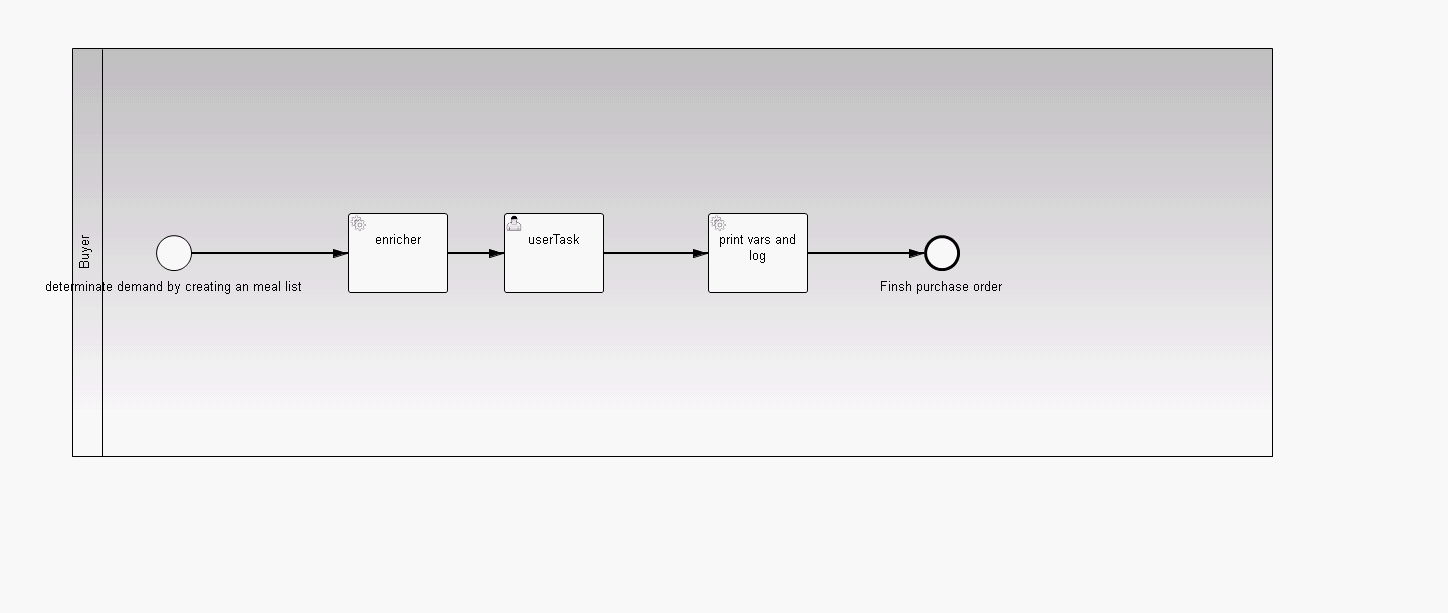
electr0Nik/bpmn.comunda.tutorial keeps this BPMN diagram as src/main/resources/purchaseOrder.png. Above is the earlier version. Its source is kept beside it as src/main/resources/purchaseOrder.bpmn. Ids are renumbered.
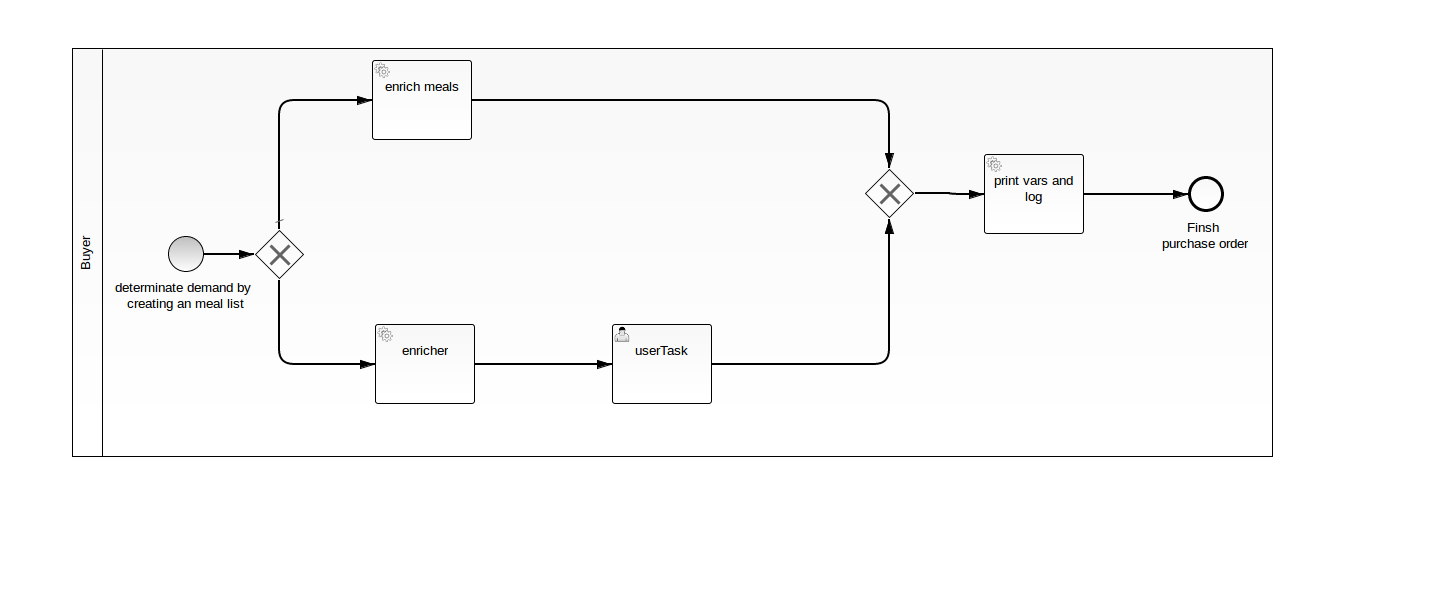
Above is the later version.

Change to the diagram source:
```diff
@@ -3,16 +3,16 @@
     <bpmn2:participant id="_Participant_6" name="Buyer" processRef="purchase-order"/>
   </bpmn2:collaboration>
   <bpmn2:process id="purchase-order" name="Purchase Order Process" isExecutable="true">
-    <bpmn2:startEvent id="StartEvent_1" camunda:formKey="embedded:app:forms/startProcess.html" name="determinate demand by creating an meal list">
-      <bpmn2:outgoing>SequenceFlow_1</bpmn2:outgoing>
+    <bpmn2:startEvent id="StartEvent_1" camunda:formKey="embedded:app:forms/inputMeals.html" name="determinate demand by &#xA;creating an meal list">
+      <bpmn2:outgoing>SequenceFlow_7</bpmn2:outgoing>
     </bpmn2:startEvent>
     <bpmn2:serviceTask id="UserTask_1" camunda:class="com.github.electr0nik.camunda.purchaseorder.delegate.MealObjectEnricher" name="enricher">
       <bpmn2:incoming>SequenceFlow_1</bpmn2:incoming>
       <bpmn2:outgoing>SequenceFlow_2</bpmn2:outgoing>
     </bpmn2:serviceTask>
-    <bpmn2:sequenceFlow id="SequenceFlow_1" name="" sourceRef="StartEvent_1" targetRef="UserTask_1"/>
-    <bpmn2:endEvent id="EndEvent_1" name="Finsh purchase order">
-      <bpmn2:incoming>SequenceFlow_5</bpmn2:incoming>
+    <bpmn2:sequenceFlow id="SequenceFlow_1" name="" sourceRef="ExclusiveGateway_1" targetRef="UserTask_1"/>
+    <bpmn2:endEvent id="EndEvent_1" name="Finsh &#xA;purchase order">
+      <bpmn2:incoming>SequenceFlow_11</bpmn2:incoming>
     </bpmn2:endEvent>
     <bpmn2:userTask id="UserTask_2" camunda:assignee="john" camunda:formKey="embedded:app:forms/processForm.html" name="userTask">
       <bpmn2:incoming>SequenceFlow_2</bpmn2:incoming>
@@ -20,11 +20,29 @@
     </bpmn2:userTask>
     <bpmn2:sequenceFlow id="SequenceFlow_2" name="" sourceRef="UserTask_1" targetRef="UserTask_2"/>
     <bpmn2:serviceTask id="ServiceTask_1" camunda:class="com.github.electr0nik.camunda.purchaseorder.delegate.PurchaseOrderJavaDelegate" name="print vars and log">
+      <bpmn2:incoming>SequenceFlow_10</bpmn2:incoming>
+      <bpmn2:outgoing>SequenceFlow_11</bpmn2:outgoing>
+    </bpmn2:serviceTask>
+    <bpmn2:sequenceFlow id="SequenceFlow_3" name="" sourceRef="UserTask_2" targetRef="ExclusiveGateway_2"/>
+    <bpmn2:serviceTask id="ServiceTask_2" camunda:class="com.github.electr0nik.camunda.purchaseorder.delegate.MealObjectEnricher" name="enrich meals">
+      <bpmn2:incoming>SequenceFlow_4</bpmn2:incoming>
+      <bpmn2:outgoing>SequenceFlow_8</bpmn2:outgoing>
+    </bpmn2:serviceTask>
+    <bpmn2:sequenceFlow id="SequenceFlow_4" name="" sourceRef="ExclusiveGateway_1" targetRef="ServiceTask_2"/>
+    <bpmn2:exclusiveGateway id="ExclusiveGateway_1" default="SequenceFlow_4">
+      <bpmn2:incoming>SequenceFlow_7</bpmn2:incoming>
+      <bpmn2:outgoing>SequenceFlow_4</bpmn2:outgoing>
+      <bpmn2:outgoing>SequenceFlow_1</bpmn2:outgoing>
+    </bpmn2:exclusiveGateway>
+    <bpmn2:sequenceFlow id="SequenceFlow_7" name="" sourceRef="StartEvent_1" targetRef="ExclusiveGateway_1"/>
+    <bpmn2:exclusiveGateway id="ExclusiveGateway_2">
+      <bpmn2:incoming>SequenceFlow_8</bpmn2:incoming>
       <bpmn2:incoming>SequenceFlow_3</bpmn2:incoming>
-      <bpmn2:outgoing>SequenceFlow_5</bpmn2:outgoing>
-    </bpmn2:serviceTask>
-    <bpmn2:sequenceFlow id="SequenceFlow_3" name="" sourceRef="UserTask_2" targetRef="ServiceTask_1"/>
-    <bpmn2:sequenceFlow id="SequenceFlow_5" name="" sourceRef="ServiceTask_1" targetRef="EndEvent_1"/>
+      <bpmn2:outgoing>SequenceFlow_10</bpmn2:outgoing>
+    </bpmn2:exclusiveGateway>
+    <bpmn2:sequenceFlow id="SequenceFlow_8" name="" sourceRef="ServiceTask_2" targetRef="ExclusiveGateway_2"/>
+    <bpmn2:sequenceFlow id="SequenceFlow_10" name="" sourceRef="ExclusiveGateway_2" targetRef="ServiceTask_1"/>
+    <bpmn2:sequenceFlow id="SequenceFlow_11" name="" sourceRef="ServiceTask_1" targetRef="EndEvent_1"/>
   </bpmn2:process>
   <bpmndi:BPMNDiagram id="BPMNDiagram_1">
     <bpmndi:BPMNPlane id="BPMNPlane_1" bpmnElement="_Collaboration_6">
@@ -32,51 +50,95 @@
         <dc:Bounds height="409.0" width="1201.0" x="72.0" y="48.0"/>
       </bpmndi:BPMNShape>
       <bpmndi:BPMNShape id="_BPMNShape_StartEvent_6" bpmnElement="StartEvent_1">
-        <dc:Bounds height="36.0" width="36.0" x="156.0" y="235.0"/>
+        <dc:Bounds height="36.0" width="36.0" x="168.0" y="236.0"/>
         <bpmndi:BPMNLabel>
-          <dc:Bounds height="22.0" width="124.0" x="112.0" y="276.0"/>
+          <dc:Bounds height="38.0" width="146.0" x="113.0" y="277.0"/>
         </bpmndi:BPMNLabel>
       </bpmndi:BPMNShape>
       <bpmndi:BPMNShape id="_BPMNShape_UserTask_7" bpmnElement="UserTask_1">
-        <dc:Bounds height="80.0" width="100.0" x="348.0" y="213.0"/>
+        <dc:Bounds height="80.0" width="100.0" x="375.0" y="324.0"/>
       </bpmndi:BPMNShape>
-      <bpmndi:BPMNEdge id="BPMNEdge_SequenceFlow_1" bpmnElement="SequenceFlow_1" sourceElement="_BPMNShape_StartEvent_6" targetElement="_BPMNShape_UserTask_7">
-        <di:waypoint xsi:type="dc:Point" x="192.0" y="253.0"/>
-        <di:waypoint xsi:type="dc:Point" x="241.0" y="253.0"/>
-        <di:waypoint xsi:type="dc:Point" x="348.0" y="253.0"/>
+      <bpmndi:BPMNEdge id="BPMNEdge_SequenceFlow_1" bpmnElement="SequenceFlow_1" sourceElement="_BPMNShape_ExclusiveGateway_2" targetElement="_BPMNShape_UserTask_7">
+        <di:waypoint xsi:type="dc:Point" x="279.0" y="279.0"/>
+        <di:waypoint xsi:type="dc:Point" x="279.0" y="364.0"/>
+        <di:waypoint xsi:type="dc:Point" x="375.0" y="364.0"/>
         <bpmndi:BPMNLabel>
-          <dc:Bounds height="6.0" width="6.0" x="214.0" y="253.0"/>
+          <dc:Bounds height="6.0" width="6.0" x="276.0" y="304.0"/>
         </bpmndi:BPMNLabel>
       </bpmndi:BPMNEdge>
       <bpmndi:BPMNShape id="_BPMNShape_EndEvent_6" bpmnElement="EndEvent_1">
-        <dc:Bounds height="36.0" width="36.0" x="924.0" y="235.0"/>
+        <dc:Bounds height="36.0" width="36.0" x="1188.0" y="176.0"/>
         <bpmndi:BPMNLabel>
-          <dc:Bounds height="22.0" width="128.0" x="878.0" y="276.0"/>
+          <dc:Bounds height="38.0" width="92.0" x="1160.0" y="217.0"/>
         </bpmndi:BPMNLabel>
       </bpmndi:BPMNShape>
       <bpmndi:BPMNShape id="_BPMNShape_UserTask_3" bpmnElement="UserTask_2">
-        <dc:Bounds height="80.0" width="100.0" x="504.0" y="213.0"/>
+        <dc:Bounds height="80.0" width="100.0" x="612.0" y="324.0"/>
       </bpmndi:BPMNShape>
       <bpmndi:BPMNEdge id="BPMNEdge_SequenceFlow_2" bpmnElement="SequenceFlow_2" sourceElement="_BPMNShape_UserTask_7" targetElement="_BPMNShape_UserTask_3">
-        <di:waypoint xsi:type="dc:Point" x="448.0" y="253.0"/>
-        <di:waypoint xsi:type="dc:Point" x="504.0" y="253.0"/>
+        <di:waypoint xsi:type="dc:Point" x="475.0" y="364.0"/>
+        <di:waypoint xsi:type="dc:Point" x="612.0" y="364.0"/>
         <bpmndi:BPMNLabel>
-          <dc:Bounds height="6.0" width="6.0" x="470.0" y="253.0"/>
+          <dc:Bounds height="6.0" width="6.0" x="482.0" y="364.0"/>
         </bpmndi:BPMNLabel>
       </bpmndi:BPMNEdge>
       <bpmndi:BPMNShape id="_BPMNShape_ServiceTask_5" bpmnElement="ServiceTask_1">
-        <dc:Bounds height="80.0" width="100.0" x="708.0" y="213.0"/>
+        <dc:Bounds height="80.0" width="100.0" x="984.0" y="154.0"/>
       </bpmndi:BPMNShape>
-      <bpmndi:BPMNEdge id="BPMNEdge_SequenceFlow_3" bpmnElement="SequenceFlow_3" sourceElement="_BPMNShape_UserTask_3" targetElement="_BPMNShape_ServiceTask_5">
-        <di:waypoint xsi:type="dc:Point" x="604.0" y="253.0"/>
-        <di:waypoint xsi:type="dc:Point" x="708.0" y="253.0"/>
+      <bpmndi:BPMNEdge id="BPMNEdge_SequenceFlow_3" bpmnElement="SequenceFlow_3" sourceElement="_BPMNShape_UserTask_3" targetElement="_BPMNShape_ExclusiveGateway_3">
+        <di:waypoint xsi:type="dc:Point" x="712.0" y="364.0"/>
+        <di:waypoint xsi:type="dc:Point" x="788.0" y="364.0"/>
+        <di:waypoint xsi:type="dc:Point" x="889.0" y="364.0"/>
+        <di:waypoint xsi:type="dc:Point" x="889.0" y="218.0"/>
         <bpmndi:BPMNLabel>
-          <dc:Bounds height="6.0" width="6.0" x="626.0" y="253.0"/>
+          <dc:Bounds height="6.0" width="6.0" x="734.0" y="364.0"/>
         </bpmndi:BPMNLabel>
       </bpmndi:BPMNEdge>
-      <bpmndi:BPMNEdge id="BPMNEdge_SequenceFlow_5" bpmnElement="SequenceFlow_5" sourceElement="_BPMNShape_ServiceTask_5" targetElement="_BPMNShape_EndEvent_6">
-        <di:waypoint xsi:type="dc:Point" x="808.0" y="253.0"/>
-        <di:waypoint xsi:type="dc:Point" x="924.0" y="253.0"/>
+      <bpmndi:BPMNShape id="_BPMNShape_ServiceTask_6" bpmnElement="ServiceTask_2">
+        <dc:Bounds height="80.0" width="100.0" x="372.0" y="60.0"/>
+      </bpmndi:BPMNShape>
+      <bpmndi:BPMNEdge id="BPMNEdge_SequenceFlow_4" bpmnElement="SequenceFlow_4" sourceElement="_BPMNShape_ExclusiveGateway_2" targetElement="_BPMNShape_ServiceTask_6">
+        <di:waypoint xsi:type="dc:Point" x="279.0" y="229.0"/>
+        <di:waypoint xsi:type="dc:Point" x="279.0" y="100.0"/>
+        <di:waypoint xsi:type="dc:Point" x="372.0" y="100.0"/>
+        <bpmndi:BPMNLabel>
+          <dc:Bounds height="6.0" width="6.0" x="276.0" y="204.0"/>
+        </bpmndi:BPMNLabel>
+      </bpmndi:BPMNEdge>
+      <bpmndi:BPMNShape id="_BPMNShape_ExclusiveGateway_2" bpmnElement="ExclusiveGateway_1" isMarkerVisible="true">
+        <dc:Bounds height="50.0" width="50.0" x="254.0" y="229.0"/>
+      </bpmndi:BPMNShape>
+      <bpmndi:BPMNEdge id="BPMNEdge_SequenceFlow_7" bpmnElement="SequenceFlow_7" sourceElement="_BPMNShape_StartEvent_6" targetElement="_BPMNShape_ExclusiveGateway_2">
+        <di:waypoint xsi:type="dc:Point" x="204.0" y="254.0"/>
+        <di:waypoint xsi:type="dc:Point" x="254.0" y="254.0"/>
+      </bpmndi:BPMNEdge>
+      <bpmndi:BPMNShape id="_BPMNShape_ExclusiveGateway_3" bpmnElement="ExclusiveGateway_2" isMarkerVisible="true">
+        <dc:Bounds height="50.0" width="50.0" x="864.0" y="168.0"/>
+        <bpmndi:BPMNLabel>
+          <dc:Bounds height="0.0" width="0.0" x="889.0" y="223.0"/>
+        </bpmndi:BPMNLabel>
+      </bpmndi:BPMNShape>
+      <bpmndi:BPMNEdge id="BPMNEdge_SequenceFlow_8" bpmnElement="SequenceFlow_8" sourceElement="_BPMNShape_ServiceTask_6" targetElement="_BPMNShape_ExclusiveGateway_3">
+        <di:waypoint xsi:type="dc:Point" x="472.0" y="100.0"/>
+        <di:waypoint xsi:type="dc:Point" x="783.0" y="100.0"/>
+        <di:waypoint xsi:type="dc:Point" x="889.0" y="100.0"/>
+        <di:waypoint xsi:type="dc:Point" x="889.0" y="168.0"/>
+        <bpmndi:BPMNLabel>
+          <dc:Bounds height="6.0" width="6.0" x="494.0" y="100.0"/>
+        </bpmndi:BPMNLabel>
+      </bpmndi:BPMNEdge>
+      <bpmndi:BPMNEdge id="BPMNEdge_SequenceFlow_10" bpmnElement="SequenceFlow_10" sourceElement="_BPMNShape_ExclusiveGateway_3" targetElement="_BPMNShape_ServiceTask_5">
+        <di:waypoint xsi:type="dc:Point" x="914.0" y="193.0"/>
+        <di:waypoint xsi:type="dc:Point" x="949.0" y="193.0"/>
+        <di:waypoint xsi:type="dc:Point" x="949.0" y="194.0"/>
+        <di:waypoint xsi:type="dc:Point" x="984.0" y="194.0"/>
+      </bpmndi:BPMNEdge>
+      <bpmndi:BPMNEdge id="BPMNEdge_SequenceFlow_11" bpmnElement="SequenceFlow_11" sourceElement="_BPMNShape_ServiceTask_5" targetElement="_BPMNShape_EndEvent_6">
+        <di:waypoint xsi:type="dc:Point" x="1084.0" y="194.0"/>
+        <di:waypoint xsi:type="dc:Point" x="1188.0" y="194.0"/>
+        <bpmndi:BPMNLabel>
+          <dc:Bounds height="6.0" width="6.0" x="1169.0" y="194.0"/>
+        </bpmndi:BPMNLabel>
       </bpmndi:BPMNEdge>
     </bpmndi:BPMNPlane>
   </bpmndi:BPMNDiagram>
```
